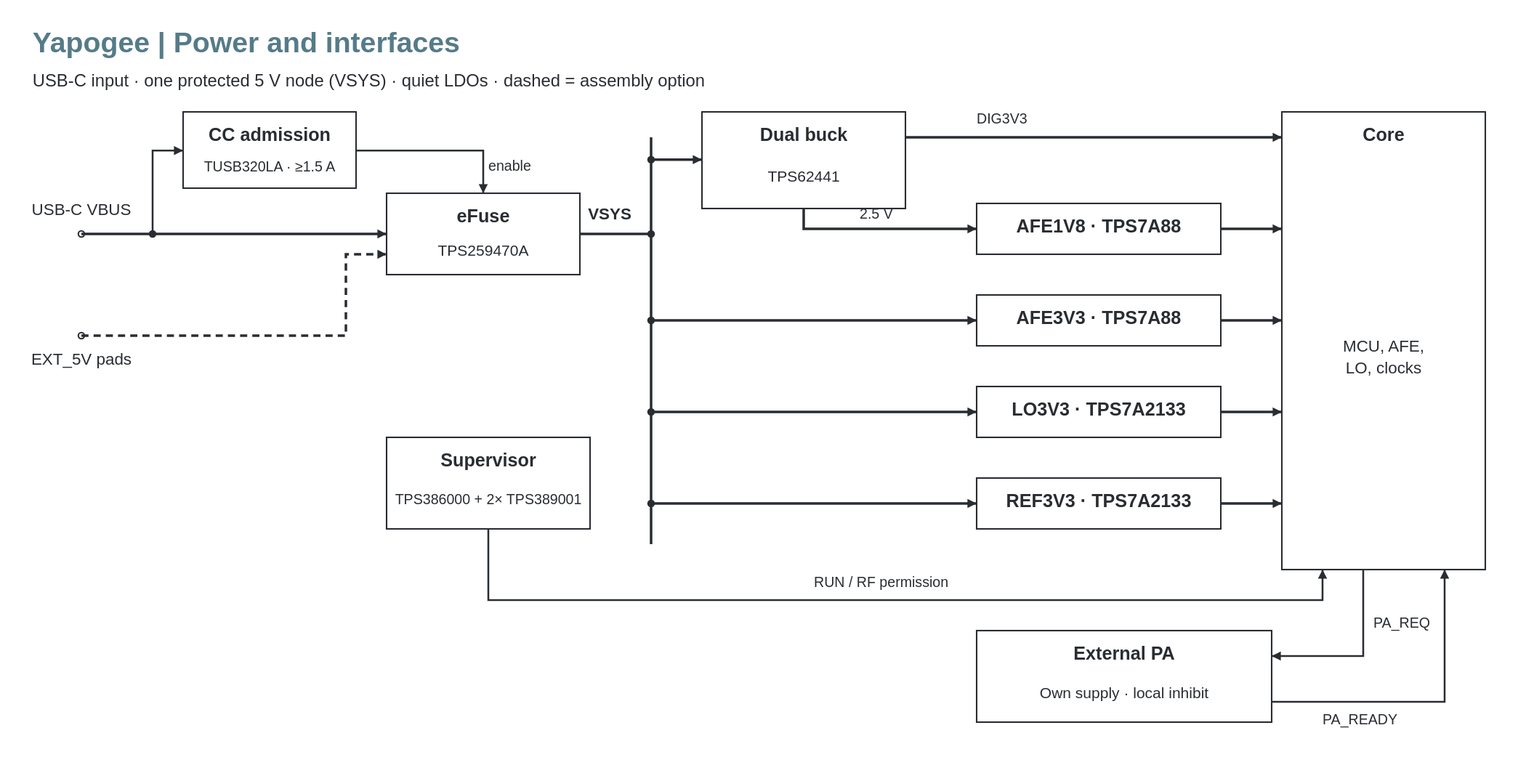
Earlier version of the draw.io export hardware/devboard/architecture/power-interfaces.svg (Rivercraft911/yapogee). Source tidied: cells renumbered, new cells last; positions are measured from the earlier drawing's top-left corner, leaving out a move shared by most shapes.
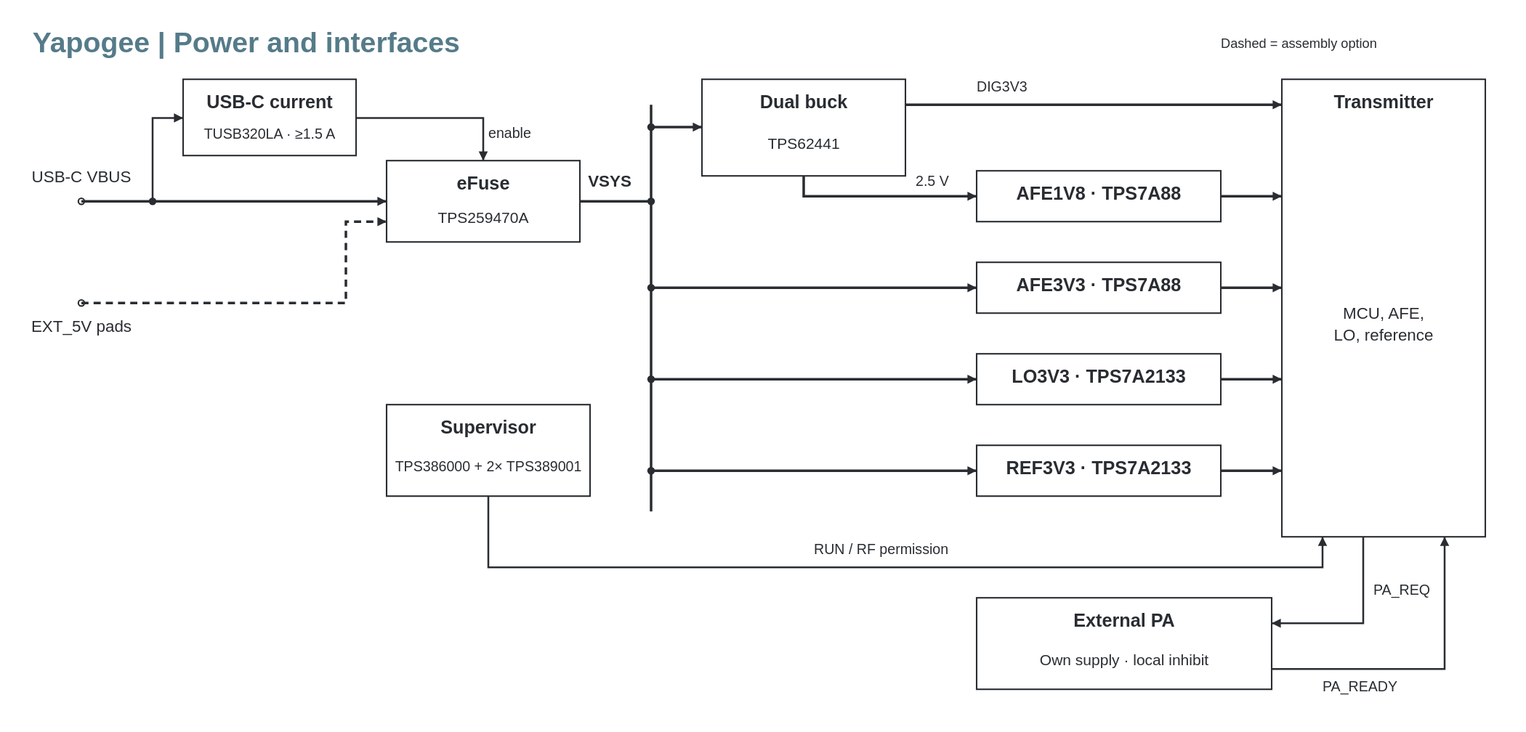
The same diagram one commit later.

Diff of the diagram source:
```diff
@@ -3,10 +3,10 @@
     <mxCell id="0" />
     <mxCell id="1" parent="0" />
     <mxCell id="2" value="Yapogee | Power and interfaces" style="text;html=0;whiteSpace=wrap;overflow=hidden;rounded=0;fillColor=none;strokeColor=none;fontFamily=Arial;fontSize=28;fontColor=#557b89;fontStyle=1;align=left;verticalAlign=middle;spacing=0;" parent="1" vertex="1">
-      <mxGeometry x="27" width="1436" height="40" as="geometry" />
+      <mxGeometry x="27" y="32" width="1436" height="40" as="geometry" />
     </mxCell>
-    <mxCell id="3" value="USB-C input · one protected 5 V node (VSYS) · quiet LDOs · dashed = assembly option" style="text;html=0;whiteSpace=wrap;overflow=hidden;rounded=0;fillColor=none;strokeColor=none;fontFamily=Arial;fontSize=17;fontColor=#292d32;fontStyle=0;align=left;verticalAlign=middle;spacing=0;" parent="1" vertex="1">
-      <mxGeometry x="27" y="43" width="1436" height="28" as="geometry" />
+    <mxCell id="3" value="Dashed = assembly option" style="text;html=0;whiteSpace=wrap;overflow=hidden;rounded=0;fillColor=none;strokeColor=none;fontFamily=Arial;fontSize=13;fontColor=#292d32;fontStyle=0;align=right;verticalAlign=middle;spacing=0;" parent="1" vertex="1">
+      <mxGeometry x="1195" y="41" width="268" height="24" as="geometry" />
     </mxCell>
     <mxCell id="4" style="shape=ellipse;html=0;fillColor=white;strokeColor=#292d32;strokeWidth=1.5;" parent="1" vertex="1">
       <mxGeometry x="72" y="205" width="6" height="6" as="geometry" />
@@ -20,7 +20,7 @@
     <mxCell id="7" style="rounded=0;html=0;fillColor=white;strokeColor=#292d32;strokeWidth=1.5;dashed=0;" parent="6" vertex="1">
       <mxGeometry width="170" height="75" as="geometry" />
     </mxCell>
-    <mxCell id="8" value="CC admission" style="text;html=0;whiteSpace=wrap;overflow=hidden;rounded=0;fillColor=none;strokeColor=none;fontFamily=Arial;fontSize=18;fontColor=#292d32;fontStyle=1;align=center;verticalAlign=middle;spacing=0;" parent="6" vertex="1">
+    <mxCell id="8" value="USB-C current" style="text;html=0;whiteSpace=wrap;overflow=hidden;rounded=0;fillColor=none;strokeColor=none;fontFamily=Arial;fontSize=18;fontColor=#292d32;fontStyle=1;align=center;verticalAlign=middle;spacing=0;" parent="6" vertex="1">
       <mxGeometry x="10" y="10" width="150" height="25" as="geometry" />
     </mxCell>
     <mxCell id="9" value="TUSB320LA · ≥1.5 A" style="text;html=0;whiteSpace=wrap;overflow=hidden;rounded=0;fillColor=none;strokeColor=none;fontFamily=Arial;fontSize=14;fontColor=#292d32;fontStyle=0;align=center;verticalAlign=middle;spacing=0;" parent="6" vertex="1">
@@ -113,10 +113,10 @@
     <mxCell id="31" style="rounded=0;html=0;fillColor=white;strokeColor=#292d32;strokeWidth=1.5;dashed=0;" parent="30" vertex="1">
       <mxGeometry width="200" height="450" as="geometry" />
     </mxCell>
-    <mxCell id="32" value="Core" style="text;html=0;whiteSpace=wrap;overflow=hidden;rounded=0;fillColor=none;strokeColor=none;fontFamily=Arial;fontSize=18;fontColor=#292d32;fontStyle=1;align=center;verticalAlign=middle;spacing=0;" parent="30" vertex="1">
+    <mxCell id="32" value="Transmitter" style="text;html=0;whiteSpace=wrap;overflow=hidden;rounded=0;fillColor=none;strokeColor=none;fontFamily=Arial;fontSize=18;fontColor=#292d32;fontStyle=1;align=center;verticalAlign=middle;spacing=0;" parent="30" vertex="1">
       <mxGeometry x="10" y="10" width="180" height="25" as="geometry" />
     </mxCell>
-    <mxCell id="33" value="MCU, AFE,&#10;LO, clocks" style="text;html=0;whiteSpace=wrap;overflow=hidden;rounded=0;fillColor=none;strokeColor=none;fontFamily=Arial;fontSize=16;fontColor=#292d32;fontStyle=0;align=center;verticalAlign=middle;spacing=0;" parent="30" vertex="1">
+    <mxCell id="33" value="MCU, AFE,&#10;LO, reference" style="text;html=0;whiteSpace=wrap;overflow=hidden;rounded=0;fillColor=none;strokeColor=none;fontFamily=Arial;fontSize=16;fontColor=#292d32;fontStyle=0;align=center;verticalAlign=middle;spacing=0;" parent="30" vertex="1">
       <mxGeometry x="12" y="42" width="176" height="398" as="geometry" />
     </mxCell>
     <mxCell id="34" style="edgeStyle=none;jettySize=0;rounded=0;html=0;strokeColor=#292d32;strokeWidth=2.5;endArrow=block;endSize=9;endFill=1;startArrow=none;dashed=0;exitX=1;exitY=0.2632;exitPerimeter=0;entryX=0;entryY=0.0556;entryPerimeter=0;" parent="1" edge="1" source="25" target="30">
@@ -142,7 +142,7 @@
       </mxGeometry>
     </mxCell>
     <mxCell id="40" value="2.5 V" style="text;html=0;whiteSpace=wrap;overflow=hidden;rounded=0;fillColor=none;strokeColor=none;fontFamily=Arial;fontSize=14;fontColor=#292d32;fontStyle=0;align=left;verticalAlign=middle;spacing=0;" parent="1" vertex="1">
-      <mxGeometry x="840" y="177" width="60" height="22" as="geometry" />
+      <mxGeometry x="895" y="176" width="55" height="24" as="geometry" />
     </mxCell>
     <mxCell id="41" style="edgeStyle=none;jettySize=0;rounded=0;html=0;strokeColor=#292d32;strokeWidth=2.5;endArrow=block;endSize=9;endFill=1;startArrow=none;dashed=0;exitX=1;exitY=0.5;exitPerimeter=0;entryX=0;entryY=0.2556;entryPerimeter=0;" parent="1" edge="1" source="36" target="30">
       <mxGeometry relative="1" as="geometry" />
```
